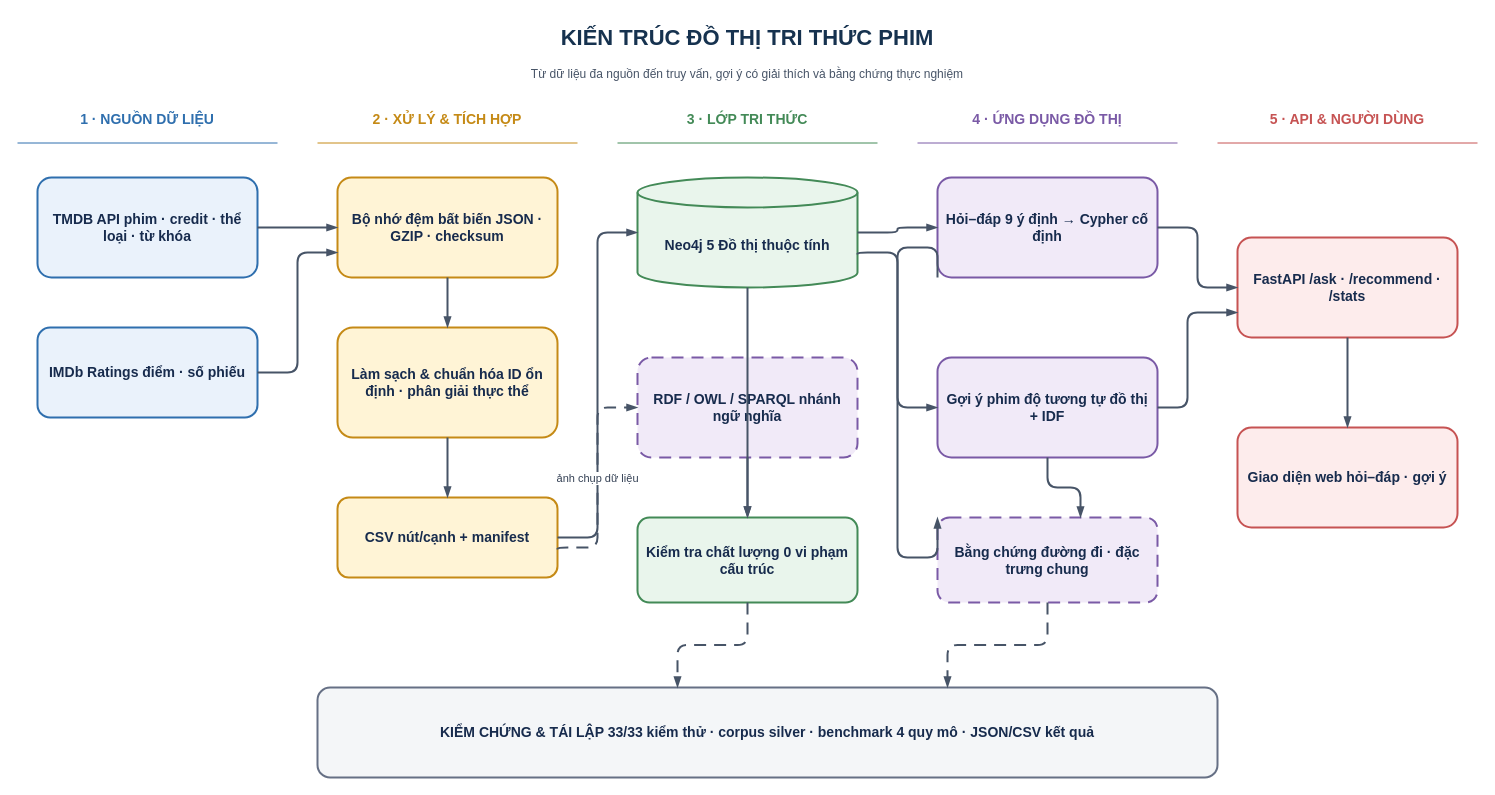
This is docs/technical/architecture-flow.drawio from khanhhk/advanced_database, a draw.io file, before an edit. Source tidied: cells renumbered, new cells numbered last; positions are measured from the earlier drawing's top-left corner, leaving out a move shared by most shapes. Both pictures are drawn from the tidied source at 100%, with x=0, y=0 at pixel (17, 17).
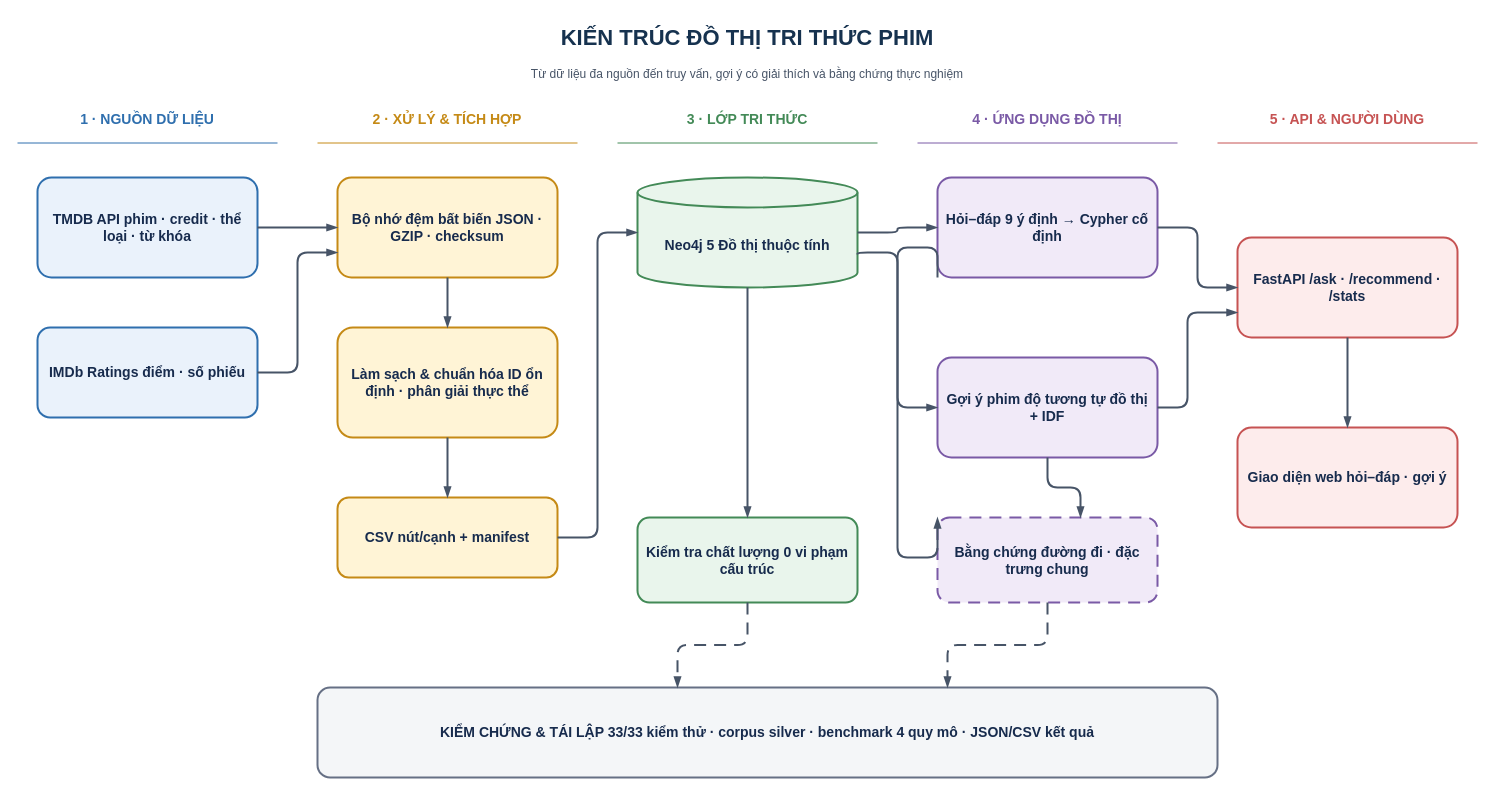
The same page after the edit.

Unchanged cells that the change refers to:
```xml
<mxCell id="18" value="CSV nút/cạnh + manifest" style="rounded=1;arcSize=14;whiteSpace=wrap;html=1;align=center;verticalAlign=middle;spacing=8;fontFamily=Helvetica;fontSize=14;fontColor=#172B4D;fillColor=#FFF4D6;strokeColor=#C58A16;strokeWidth=2;fontStyle=1;" parent="1" vertex="1">
  <mxGeometry x="320" y="480" width="220" height="80" as="geometry" />
</mxCell>
<mxCell id="21" value="Kiểm tra chất lượng 0 vi phạm cấu trúc" style="rounded=1;arcSize=14;whiteSpace=wrap;html=1;align=center;verticalAlign=middle;spacing=8;fontFamily=Helvetica;fontSize=14;fontColor=#172B4D;fillColor=#E9F5EC;strokeColor=#438A57;strokeWidth=2;fontStyle=1;" parent="1" vertex="1">
  <mxGeometry x="620" y="500" width="220" height="85" as="geometry" />
</mxCell>
```

The edit, as a diff of the source:
```diff
@@
-    <mxCell id="20" value="RDF / OWL / SPARQL nhánh ngữ nghĩa" style="rounded=1;arcSize=14;whiteSpace=wrap;html=1;align=center;verticalAlign=middle;spacing=8;fontFamily=Helvetica;fontSize=14;fontColor=#172B4D;fillColor=#F1EAF8;strokeColor=#7A5AA6;strokeWidth=2;fontStyle=1;dashed=1;dashPattern=6 4;" parent="1" vertex="1">
-      <mxGeometry x="620" y="340" width="220" height="100" as="geometry" />
-    </mxCell>
@@
-    <mxCell id="33" value="ảnh chụp dữ liệu" style="edgeStyle=orthogonalEdgeStyle;rounded=1;jettySize=auto;html=1;strokeColor=#475467;strokeWidth=2;endArrow=blockThin;endFill=1;fontFamily=Helvetica;fontSize=11;fontColor=#344054;labelBackgroundColor=#FFFFFF;exitX=1;exitY=0.65;exitDx=0;exitDy=0;entryX=0;entryY=0.5;entryDx=0;entryDy=0;dashed=1;dashPattern=6 4;" parent="1" edge="1" source="18" target="20">
-      <mxGeometry relative="1" as="geometry">
-        <Array as="points">
-          <mxPoint x="580" y="530" />
-          <mxPoint x="580" y="390" />
-        </Array>
-      </mxGeometry>
-    </mxCell>
@@
-    <mxCell id="35" style="edgeStyle=orthogonalEdgeStyle;rounded=1;jettySize=auto;html=1;strokeColor=#475467;strokeWidth=2;endArrow=blockThin;endFill=1;fontFamily=Helvetica;fontSize=11;fontColor=#344054;labelBackgroundColor=#FFFFFF;exitX=0.5;exitY=1;exitDx=0;exitDy=0;entryX=0.5;entryY=0;entryDx=0;entryDy=0;" parent="1" edge="1" source="20" target="21">
-      <mxGeometry relative="1" as="geometry" />
-    </mxCell>
```
